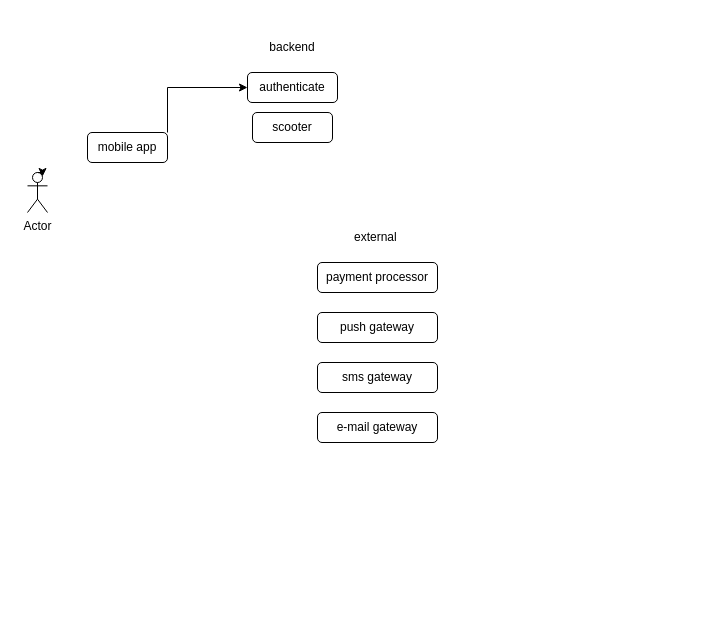
Before: e-scooter[arch].drawio in integer00/diagrams, a draw.io diagram. Source tidied: cells renumbered, new cells numbered last; positions are measured from the earlier drawing's top-left corner, leaving out a move shared by most shapes. Both pictures are drawn from the tidied source at 100%, with x=0, y=0 at pixel (27, 32).
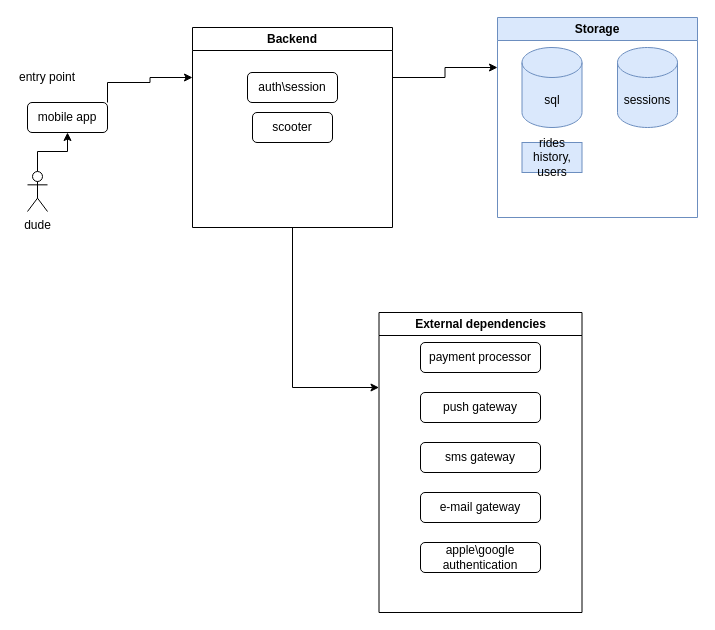
The same diagram, later.

What changed in the source:
```diff
@@
+    <mxCell id="14" style="edgeStyle=orthogonalEdgeStyle;rounded=0;jettySize=auto;html=1;exitX=0.5;exitY=0;exitDx=0;exitDy=0;exitPerimeter=0;entryX=0.5;entryY=1;entryDx=0;entryDy=0;" parent="1" edge="1" source="2" target="6">
+      <mxGeometry relative="1" as="geometry" />
+    </mxCell>
-    <mxCell id="2" value="Actor" style="shape=umlActor;verticalLabelPosition=bottom;verticalAlign=top;html=1;outlineConnect=0;" parent="1" vertex="1">
-      <mxGeometry y="140" width="20" height="40" as="geometry" />
+    <mxCell id="2" value="dude" style="shape=umlActor;verticalLabelPosition=bottom;verticalAlign=top;html=1;outlineConnect=0;" parent="1" vertex="1">
+      <mxGeometry y="139" width="20" height="40" as="geometry" />
     </mxCell>
-    <mxCell id="3" style="edgeStyle=orthogonalEdgeStyle;rounded=0;orthogonalLoop=1;jettySize=auto;html=1;exitX=0.5;exitY=0;exitDx=0;exitDy=0;exitPerimeter=0;entryX=0.75;entryY=0.1;entryDx=0;entryDy=0;entryPerimeter=0;" parent="1" edge="1" source="2" target="2">
-      <mxGeometry relative="1" as="geometry" />
-    </mxCell>
-    <mxCell id="4" value="authenticate" style="rounded=1;whiteSpace=wrap;html=1;" parent="1" vertex="1">
+    <mxCell id="4" value="auth\session" style="rounded=1;whiteSpace=wrap;html=1;" parent="1" vertex="1">
       <mxGeometry x="220" y="40" width="90" height="30" as="geometry" />
     </mxCell>
-    <mxCell id="5" style="edgeStyle=orthogonalEdgeStyle;rounded=0;jettySize=auto;html=1;exitX=1;exitY=0;exitDx=0;exitDy=0;entryX=0;entryY=0.5;entryDx=0;entryDy=0;" parent="1" edge="1" source="6" target="4">
+    <mxCell id="5" style="edgeStyle=orthogonalEdgeStyle;rounded=0;jettySize=auto;html=1;exitX=1;exitY=0;exitDx=0;exitDy=0;entryX=0;entryY=0.25;entryDx=0;entryDy=0;" parent="1" edge="1" source="6" target="17">
       <mxGeometry relative="1" as="geometry" />
     </mxCell>
     <mxCell id="6" value="mobile app" style="rounded=1;whiteSpace=wrap;html=1;" parent="1" vertex="1">
-      <mxGeometry x="60" y="100" width="80" height="30" as="geometry" />
+      <mxGeometry y="70" width="80" height="30" as="geometry" />
     </mxCell>
@@
-    <mxCell id="8" value="backend" style="text;html=1;strokeColor=none;fillColor=none;align=center;verticalAlign=middle;whiteSpace=wrap;rounded=0;" parent="1" vertex="1">
-      <mxGeometry x="235" width="60" height="30" as="geometry" />
-    </mxCell>
-    <mxCell id="9" value="external&amp;nbsp;" style="text;html=1;strokeColor=none;fillColor=none;align=center;verticalAlign=middle;whiteSpace=wrap;rounded=0;" parent="1" vertex="1">
-      <mxGeometry x="320" y="190" width="60" height="30" as="geometry" />
-    </mxCell>
     <mxCell id="10" value="payment processor" style="rounded=1;whiteSpace=wrap;html=1;" parent="1" vertex="1">
-      <mxGeometry x="290" y="230" width="120" height="30" as="geometry" />
+      <mxGeometry x="393" y="310" width="120" height="30" as="geometry" />
     </mxCell>
     <mxCell id="11" value="push gateway" style="rounded=1;whiteSpace=wrap;html=1;" parent="1" vertex="1">
-      <mxGeometry x="290" y="280" width="120" height="30" as="geometry" />
+      <mxGeometry x="393" y="360" width="120" height="30" as="geometry" />
     </mxCell>
     <mxCell id="12" value="sms gateway" style="rounded=1;whiteSpace=wrap;html=1;" parent="1" vertex="1">
-      <mxGeometry x="290" y="330" width="120" height="30" as="geometry" />
+      <mxGeometry x="393" y="410" width="120" height="30" as="geometry" />
     </mxCell>
     <mxCell id="13" value="e-mail gateway" style="rounded=1;whiteSpace=wrap;html=1;" parent="1" vertex="1">
-      <mxGeometry x="290" y="380" width="120" height="30" as="geometry" />
+      <mxGeometry x="393" y="460" width="120" height="30" as="geometry" />
     </mxCell>
+    <mxCell id="15" style="edgeStyle=orthogonalEdgeStyle;rounded=0;jettySize=auto;html=1;exitX=1;exitY=0.25;exitDx=0;exitDy=0;entryX=0;entryY=0.25;entryDx=0;entryDy=0;" parent="1" edge="1" source="17" target="21">
+      <mxGeometry relative="1" as="geometry" />
+    </mxCell>
+    <mxCell id="16" style="edgeStyle=orthogonalEdgeStyle;rounded=0;jettySize=auto;html=1;exitX=0.5;exitY=1;exitDx=0;exitDy=0;entryX=0;entryY=0.25;entryDx=0;entryDy=0;" parent="1" edge="1" source="17" target="18">
+      <mxGeometry relative="1" as="geometry" />
+    </mxCell>
+    <mxCell id="17" value="Backend" style="swimlane;whiteSpace=wrap;html=1;" parent="1" vertex="1">
+      <mxGeometry x="165" y="-5" width="200" height="200" as="geometry" />
+    </mxCell>
+    <mxCell id="18" value="External dependencies" style="swimlane;whiteSpace=wrap;html=1;" parent="1" vertex="1">
+      <mxGeometry x="351.5" y="280" width="203" height="300" as="geometry" />
+    </mxCell>
+    <mxCell id="19" value="apple\google authentication" style="rounded=1;whiteSpace=wrap;html=1;" parent="18" vertex="1">
+      <mxGeometry x="41.5" y="230" width="120" height="30" as="geometry" />
+    </mxCell>
+    <mxCell id="20" value="entry point" style="text;html=1;strokeColor=none;fillColor=none;align=center;verticalAlign=middle;whiteSpace=wrap;rounded=0;" parent="1" vertex="1">
+      <mxGeometry x="-10" y="30" width="60" height="30" as="geometry" />
+    </mxCell>
+    <mxCell id="21" value="Storage" style="swimlane;whiteSpace=wrap;html=1;fillColor=#dae8fc;strokeColor=#6c8ebf;" parent="1" vertex="1">
+      <mxGeometry x="470" y="-15" width="200" height="200" as="geometry" />
+    </mxCell>
+    <mxCell id="22" value="sql" style="shape=cylinder3;whiteSpace=wrap;html=1;boundedLbl=1;backgroundOutline=1;size=15;fillColor=#dae8fc;strokeColor=#6c8ebf;" parent="21" vertex="1">
+      <mxGeometry x="24.5" y="30" width="60" height="80" as="geometry" />
+    </mxCell>
+    <mxCell id="23" value="rides history, users" style="text;html=1;strokeColor=#6c8ebf;fillColor=#dae8fc;align=center;verticalAlign=middle;whiteSpace=wrap;rounded=0;" parent="21" vertex="1">
+      <mxGeometry x="24.5" y="125" width="60" height="30" as="geometry" />
+    </mxCell>
+    <mxCell id="24" value="sessions" style="shape=cylinder3;whiteSpace=wrap;html=1;boundedLbl=1;backgroundOutline=1;size=15;fillColor=#dae8fc;strokeColor=#6c8ebf;" parent="21" vertex="1">
+      <mxGeometry x="120" y="30" width="60" height="80" as="geometry" />
+    </mxCell>
```
